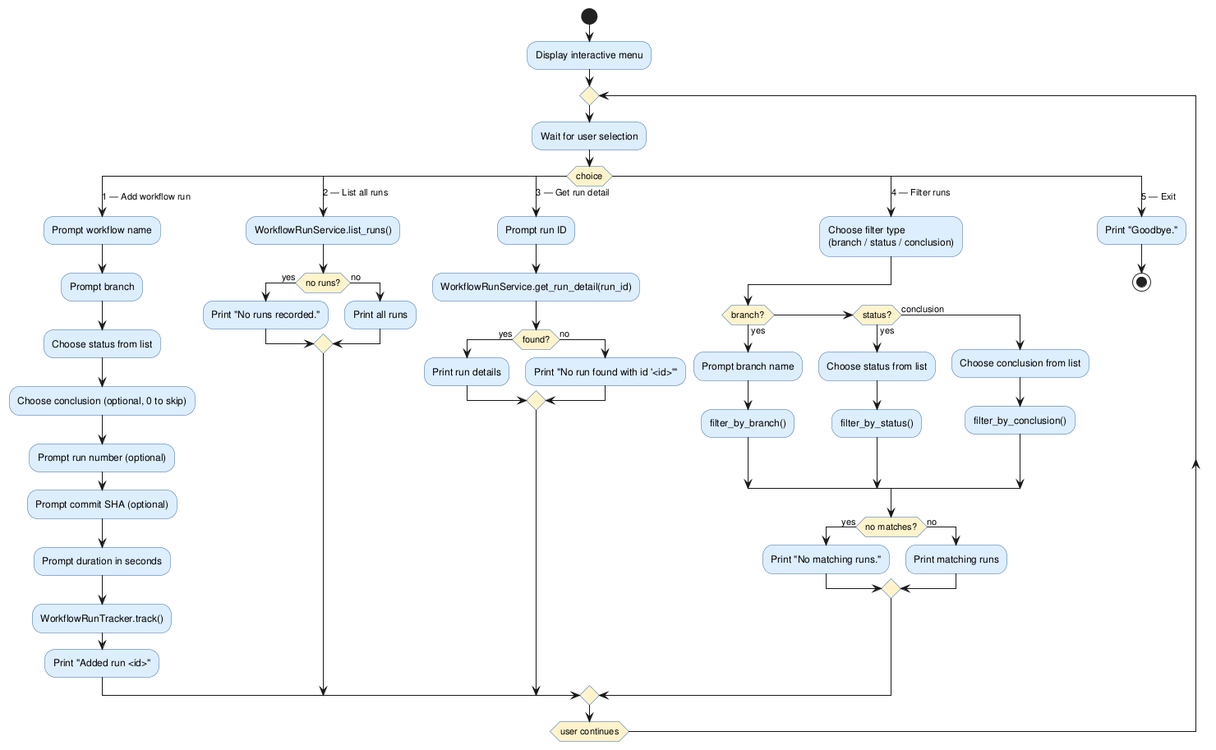
This is experiments/pipeline/user_stories/github-workflow-manager/artifacts/activity_diagram_interactive.png from DanielRiha8906/Software_autoevolution_using_agents, a PlantUML export, as it was before one commit.
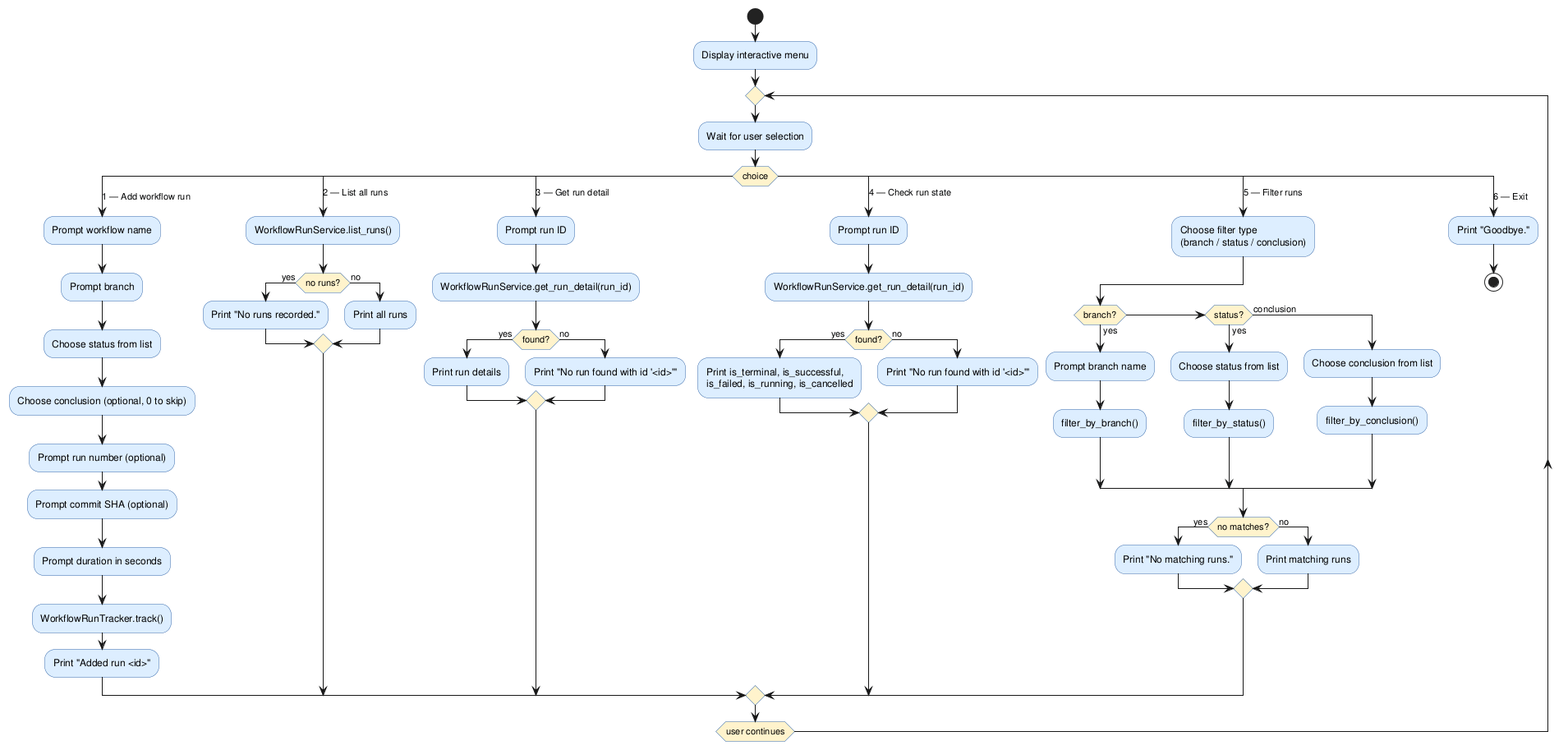
After the change.

The edit, as a diff of the source:
```diff
@@ -42,7 +42,16 @@
         :Print "No run found with id '<id>'";
       endif
 
-    case (4 — Filter runs)
+    case (4 — Check run state)
+      :Prompt run ID;
+      :WorkflowRunService.get_run_detail(run_id);
+      if (found?) then (yes)
+        :Print is_terminal, is_successful,\nis_failed, is_running, is_cancelled;
+      else (no)
+        :Print "No run found with id '<id>'";
+      endif
+
+    case (5 — Filter runs)
       :Choose filter type\n(branch / status / conclusion);
       if (branch?) then (yes)
         :Prompt branch name;
@@ -60,7 +69,7 @@
         :Print matching runs;
       endif
 
-    case (5 — Exit)
+    case (6 — Exit)
       :Print "Goodbye.";
       stop
 
```
